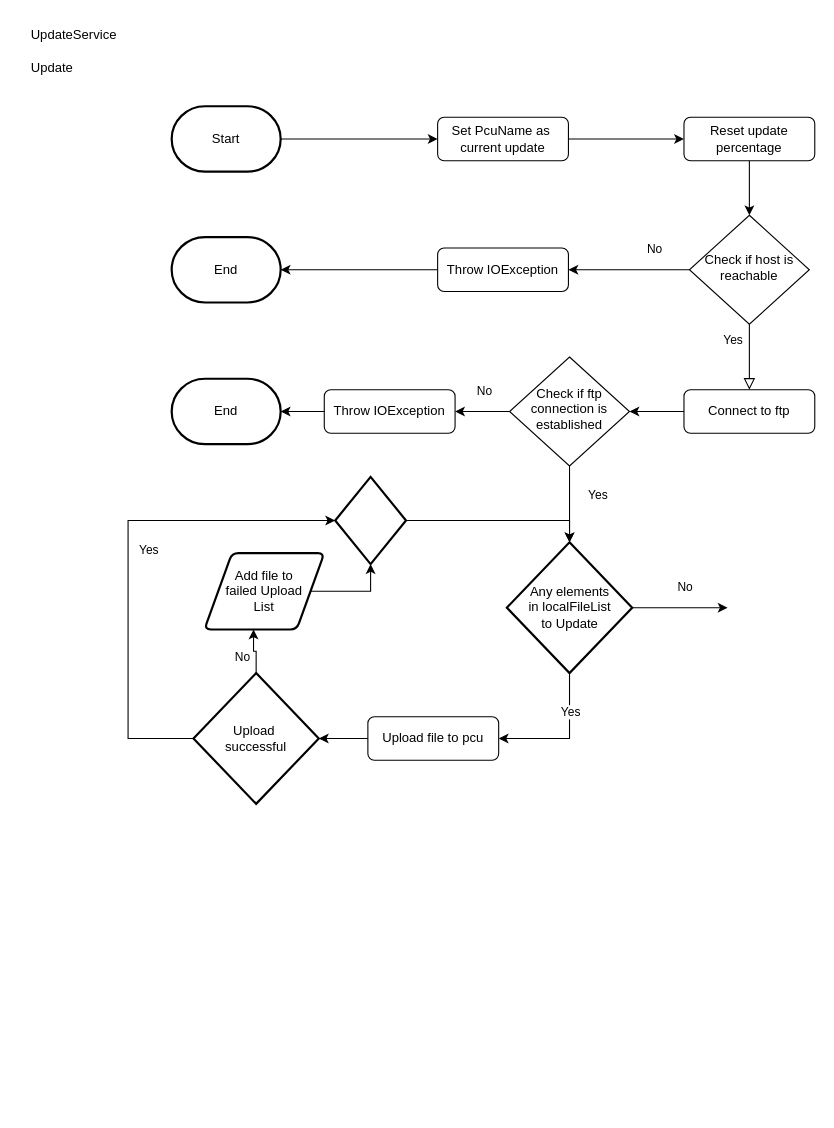
nicnike/Uml keeps this draw.io diagram as FlowChart/Update/Update.drawio. Above is the earlier version. Source tidied: cells renumbered, new cells numbered last; positions are measured from the earlier drawing's top-left corner, leaving out a move shared by most shapes. Both pictures are drawn from the tidied source at 109%, with x=0, y=0 at pixel (19, 19).
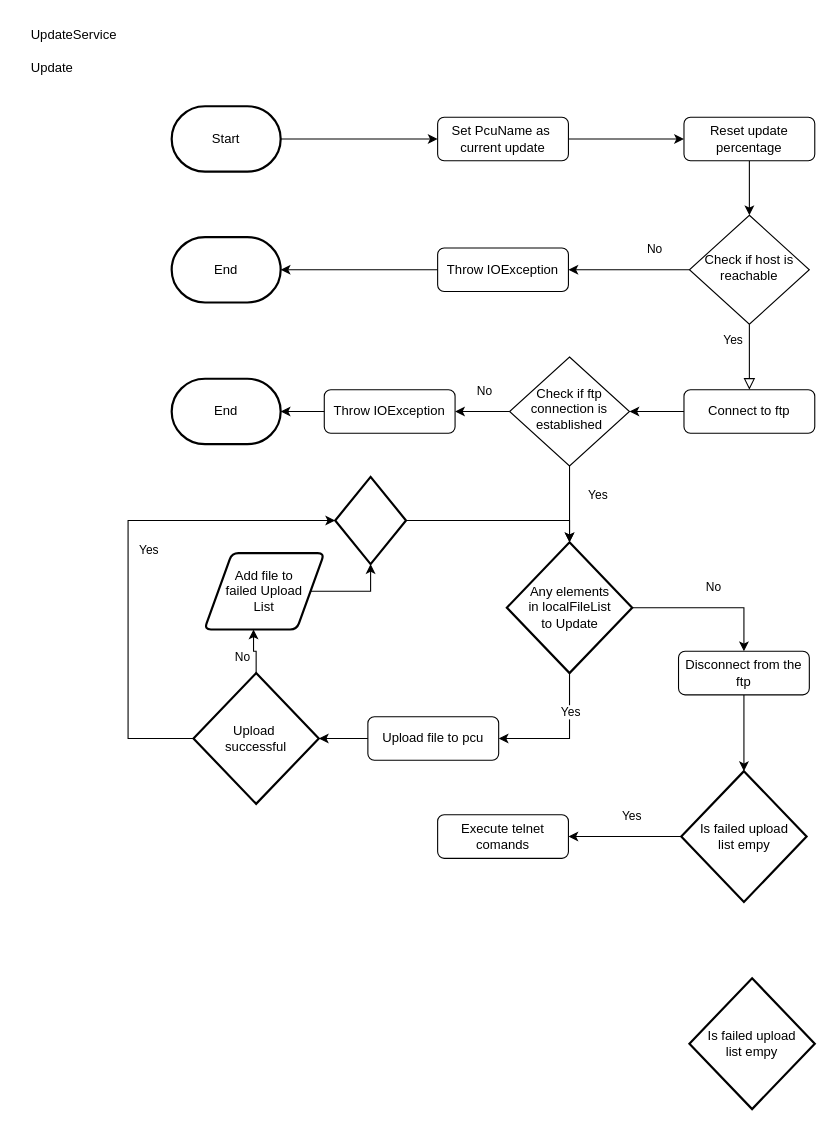
The same page after the edit.

The change refers to these unchanged cells:
```xml
<mxCell id="31" value="&lt;div&gt;Any elements&lt;/div&gt;&lt;div&gt;in localFileList&lt;/div&gt;&lt;div&gt;to Update&lt;br&gt;&lt;/div&gt;" style="strokeWidth=2;html=1;shape=mxgraph.flowchart.decision;whiteSpace=wrap;" parent="1" vertex="1">
  <mxGeometry x="447.5" y="480" width="115" height="120" as="geometry" />
</mxCell>
```

What changed in the source:
```diff
@@
-    <mxCell id="29" style="edgeStyle=orthogonalEdgeStyle;rounded=0;jettySize=auto;html=1;" parent="1" edge="1" source="31">
-      <mxGeometry relative="1" as="geometry">
-        <mxPoint x="650" y="540" as="targetPoint" />
-      </mxGeometry>
+    <mxCell id="29" style="edgeStyle=orthogonalEdgeStyle;rounded=0;jettySize=auto;html=1;entryX=0.5;entryY=0;entryDx=0;entryDy=0;" parent="1" edge="1" source="31" target="44">
+      <mxGeometry relative="1" as="geometry" />
     </mxCell>
@@
+    <mxCell id="43" style="edgeStyle=orthogonalEdgeStyle;rounded=0;jettySize=auto;html=1;" parent="1" edge="1" source="44" target="47">
+      <mxGeometry relative="1" as="geometry" />
+    </mxCell>
+    <mxCell id="44" value="Disconnect from the ftp" style="rounded=1;whiteSpace=wrap;html=1;fontSize=12;glass=0;strokeWidth=1;shadow=0;" parent="1" vertex="1">
+      <mxGeometry x="605" y="580" width="120" height="40" as="geometry" />
+    </mxCell>
+    <mxCell id="45" style="edgeStyle=orthogonalEdgeStyle;rounded=0;jettySize=auto;html=1;entryX=1;entryY=0.5;entryDx=0;entryDy=0;" parent="1" edge="1" source="47" target="48">
+      <mxGeometry relative="1" as="geometry" />
+    </mxCell>
+    <mxCell id="46" value="Yes" style="edgeLabel;html=1;align=center;verticalAlign=middle;" parent="45" vertex="1">
+      <mxGeometry x="0.01" y="-1" relative="1" as="geometry">
+        <mxPoint x="6" y="-19" as="offset" />
+      </mxGeometry>
+    </mxCell>
+    <mxCell id="47" value="Is failed upload&lt;br&gt;list empy" style="strokeWidth=2;html=1;shape=mxgraph.flowchart.decision;whiteSpace=wrap;" parent="1" vertex="1">
+      <mxGeometry x="607.5" y="690" width="115" height="120" as="geometry" />
+    </mxCell>
+    <mxCell id="48" value="Execute telnet comands" style="rounded=1;whiteSpace=wrap;html=1;fontSize=12;glass=0;strokeWidth=1;shadow=0;" parent="1" vertex="1">
+      <mxGeometry x="384" y="730" width="120" height="40" as="geometry" />
+    </mxCell>
+    <mxCell id="49" value="Is failed upload&lt;br&gt;list empy" style="strokeWidth=2;html=1;shape=mxgraph.flowchart.decision;whiteSpace=wrap;" parent="1" vertex="1">
+      <mxGeometry x="615" y="880" width="115" height="120" as="geometry" />
+    </mxCell>
```
